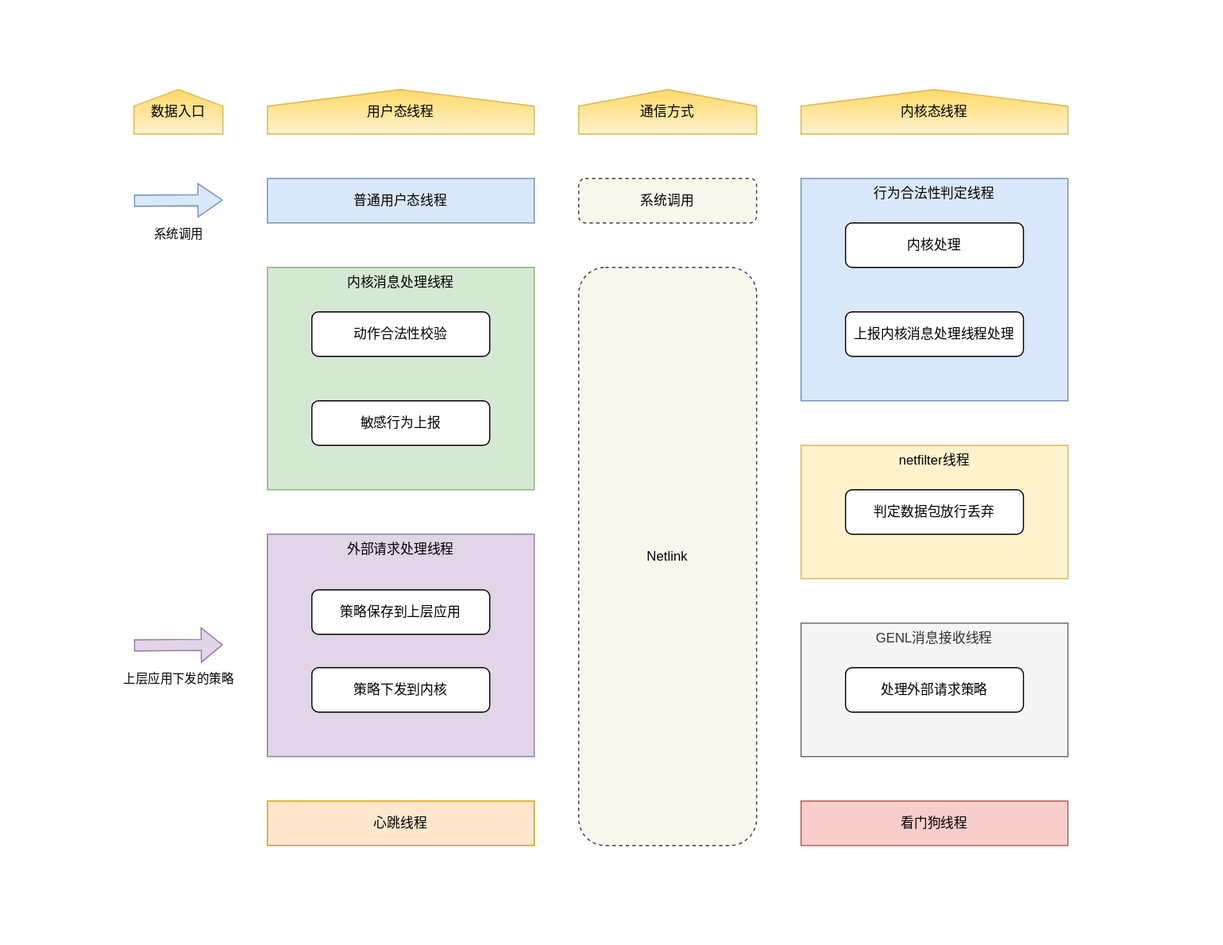
This is docs/images/threads.svg from lanthora/hackernel, a draw.io export, as it was before one commit. Source tidied: cells renumbered, new cells last; positions are measured from the earlier drawing's top-left corner, leaving out a move shared by most shapes.
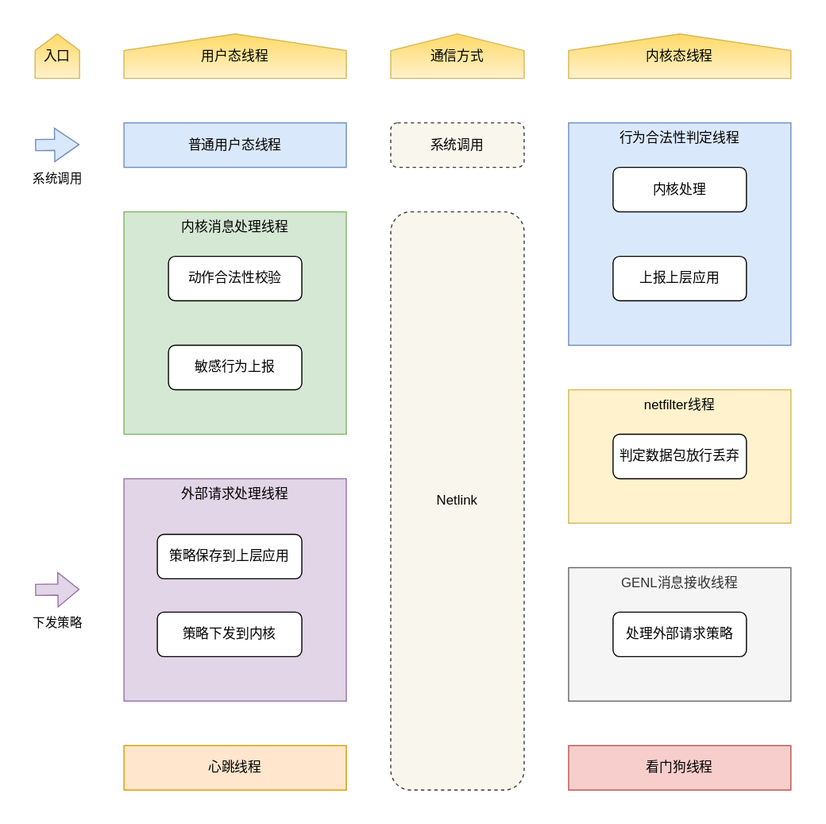
Later version of the same file.

Commit message:
调整图片排版

The edit, as a diff of the source:
```diff
@@ -3,82 +3,82 @@
     <mxCell id="0" />
     <mxCell id="1" parent="0" />
     <mxCell id="2" value="看门狗线程" style="rounded=0;whiteSpace=wrap;html=1;strokeColor=#b85450;fillColor=#f8cecc;" parent="1" vertex="1">
-      <mxGeometry x="600" y="640" width="240" height="40" as="geometry" />
+      <mxGeometry x="560" y="640" width="200" height="40" as="geometry" />
     </mxCell>
     <mxCell id="3" value="心跳线程" style="rounded=0;whiteSpace=wrap;html=1;strokeColor=#d79b00;fillColor=#ffe6cc;" parent="1" vertex="1">
-      <mxGeometry x="120" y="640" width="240" height="40" as="geometry" />
+      <mxGeometry x="160" y="640" width="200" height="40" as="geometry" />
     </mxCell>
     <mxCell id="4" value="&lt;div&gt;普通用户态线程&lt;/div&gt;" style="rounded=0;whiteSpace=wrap;html=1;strokeColor=#6c8ebf;fillColor=#dae8fc;" parent="1" vertex="1">
-      <mxGeometry x="120" y="80" width="240" height="40" as="geometry" />
+      <mxGeometry x="160" y="80" width="200" height="40" as="geometry" />
     </mxCell>
     <mxCell id="5" value="系统调用" style="rounded=1;whiteSpace=wrap;html=1;strokeColor=#36393d;fillColor=#f9f7ed;dashed=1;" parent="1" vertex="1">
-      <mxGeometry x="400" y="80" width="160" height="40" as="geometry" />
+      <mxGeometry x="400" y="80" width="120" height="40" as="geometry" />
     </mxCell>
     <mxCell id="6" value="内核消息处理线程" style="rounded=0;whiteSpace=wrap;html=1;strokeColor=#82b366;fillColor=#d5e8d4;verticalAlign=top;" parent="1" vertex="1">
-      <mxGeometry x="120" y="160" width="240" height="200" as="geometry" />
+      <mxGeometry x="160" y="160" width="200" height="200" as="geometry" />
     </mxCell>
     <mxCell id="7" value="&lt;div&gt;行为合法性判定线程&lt;/div&gt;" style="rounded=0;whiteSpace=wrap;html=1;strokeColor=#6c8ebf;fillColor=#dae8fc;verticalAlign=top;" parent="1" vertex="1">
-      <mxGeometry x="600" y="80" width="240" height="200" as="geometry" />
+      <mxGeometry x="560" y="80" width="200" height="200" as="geometry" />
     </mxCell>
     <mxCell id="8" value="内核处理" style="rounded=1;whiteSpace=wrap;html=1;strokeColor=default;fillColor=default;gradientColor=none;" parent="1" vertex="1">
-      <mxGeometry x="640" y="120" width="160" height="40" as="geometry" />
+      <mxGeometry x="600" y="120" width="120" height="40" as="geometry" />
     </mxCell>
     <mxCell id="9" value="Netlink" style="rounded=1;whiteSpace=wrap;html=1;fillColor=#f9f7ed;strokeColor=#36393d;dashed=1;" parent="1" vertex="1">
-      <mxGeometry x="400" y="160" width="160" height="520" as="geometry" />
+      <mxGeometry x="400" y="160" width="120" height="520" as="geometry" />
     </mxCell>
     <mxCell id="10" value="用户态线程" style="shape=offPageConnector;whiteSpace=wrap;html=1;strokeColor=#d6b656;fillColor=#fff2cc;gradientColor=#ffd966;direction=west;" parent="1" vertex="1">
-      <mxGeometry x="120" width="240" height="40" as="geometry" />
+      <mxGeometry x="160" width="200" height="40" as="geometry" />
     </mxCell>
     <mxCell id="11" value="通信方式" style="shape=offPageConnector;whiteSpace=wrap;html=1;strokeColor=#d6b656;fillColor=#fff2cc;gradientColor=#ffd966;direction=west;" parent="1" vertex="1">
-      <mxGeometry x="400" width="160" height="40" as="geometry" />
+      <mxGeometry x="400" width="120" height="40" as="geometry" />
     </mxCell>
     <mxCell id="12" value="内核态线程" style="shape=offPageConnector;whiteSpace=wrap;html=1;strokeColor=#d6b656;fillColor=#fff2cc;gradientColor=#ffd966;direction=west;" parent="1" vertex="1">
-      <mxGeometry x="600" width="240" height="40" as="geometry" />
+      <mxGeometry x="560" width="200" height="40" as="geometry" />
     </mxCell>
     <mxCell id="13" value="外部请求处理线程" style="rounded=0;whiteSpace=wrap;html=1;strokeColor=#9673a6;fillColor=#e1d5e7;verticalAlign=top;" parent="1" vertex="1">
-      <mxGeometry x="120" y="400" width="240" height="200" as="geometry" />
+      <mxGeometry x="160" y="400" width="200" height="200" as="geometry" />
     </mxCell>
     <mxCell id="14" value="GENL消息接收线程" style="rounded=0;whiteSpace=wrap;html=1;strokeColor=#666666;fillColor=#f5f5f5;verticalAlign=top;fontColor=#333333;" parent="1" vertex="1">
-      <mxGeometry x="600" y="480" width="240" height="120" as="geometry" />
+      <mxGeometry x="560" y="480" width="200" height="120" as="geometry" />
     </mxCell>
     <mxCell id="15" value="处理外部请求策略" style="rounded=1;whiteSpace=wrap;html=1;strokeColor=default;fillColor=default;gradientColor=none;" parent="1" vertex="1">
-      <mxGeometry x="640" y="520" width="160" height="40" as="geometry" />
+      <mxGeometry x="600" y="520" width="120" height="40" as="geometry" />
     </mxCell>
     <mxCell id="16" value="动作合法性校验" style="rounded=1;whiteSpace=wrap;html=1;strokeColor=default;fillColor=default;gradientColor=none;" parent="1" vertex="1">
-      <mxGeometry x="160" y="200" width="160" height="40" as="geometry" />
+      <mxGeometry x="200" y="200" width="120" height="40" as="geometry" />
     </mxCell>
     <mxCell id="17" value="策略保存到上层应用" style="rounded=1;whiteSpace=wrap;html=1;strokeColor=default;fillColor=default;gradientColor=none;" parent="1" vertex="1">
-      <mxGeometry x="160" y="450" width="160" height="40" as="geometry" />
+      <mxGeometry x="190" y="450" width="130" height="40" as="geometry" />
     </mxCell>
     <mxCell id="18" value="策略下发到内核" style="rounded=1;whiteSpace=wrap;html=1;strokeColor=default;fillColor=default;gradientColor=none;" parent="1" vertex="1">
-      <mxGeometry x="160" y="520" width="160" height="40" as="geometry" />
+      <mxGeometry x="190" y="520" width="130" height="40" as="geometry" />
     </mxCell>
     <mxCell id="19" value="系统调用" style="shape=flexArrow;endArrow=classic;html=1;rounded=0;endWidth=19;endSize=6.98;fillColor=#dae8fc;strokeColor=#6c8ebf;" parent="1" edge="1">
       <mxGeometry y="-30" relative="1" as="geometry">
-        <mxPoint y="100" as="sourcePoint" />
-        <mxPoint x="80" y="99.5" as="targetPoint" />
+        <mxPoint x="80" y="100" as="sourcePoint" />
+        <mxPoint x="120" y="99.5" as="targetPoint" />
       </mxGeometry>
     </mxCell>
-    <mxCell id="20" value="&lt;div&gt;上层应用下发的策略&lt;/div&gt;" style="shape=flexArrow;endArrow=classic;html=1;rounded=0;fillColor=#e1d5e7;strokeColor=#9673a6;" parent="1" edge="1">
+    <mxCell id="20" value="&lt;div&gt;下发策略&lt;/div&gt;" style="shape=flexArrow;endArrow=classic;html=1;rounded=0;fillColor=#e1d5e7;strokeColor=#9673a6;" parent="1" edge="1">
       <mxGeometry y="-30" relative="1" as="geometry">
-        <mxPoint y="500" as="sourcePoint" />
-        <mxPoint x="80" y="499.5" as="targetPoint" />
+        <mxPoint x="80" y="500" as="sourcePoint" />
+        <mxPoint x="120" y="499.5" as="targetPoint" />
       </mxGeometry>
     </mxCell>
-    <mxCell id="21" value="数据入口" style="shape=offPageConnector;whiteSpace=wrap;html=1;strokeColor=#d6b656;fillColor=#fff2cc;gradientColor=#ffd966;direction=west;" parent="1" vertex="1">
-      <mxGeometry width="80" height="40" as="geometry" />
+    <mxCell id="21" value="&lt;div&gt;入口&lt;/div&gt;" style="shape=offPageConnector;whiteSpace=wrap;html=1;strokeColor=#d6b656;fillColor=#fff2cc;gradientColor=#ffd966;direction=west;" parent="1" vertex="1">
+      <mxGeometry x="80" width="40" height="40" as="geometry" />
     </mxCell>
     <mxCell id="22" value="敏感行为上报" style="rounded=1;whiteSpace=wrap;html=1;strokeColor=default;fillColor=default;gradientColor=none;" parent="1" vertex="1">
-      <mxGeometry x="160" y="280" width="160" height="40" as="geometry" />
+      <mxGeometry x="200" y="280" width="120" height="40" as="geometry" />
     </mxCell>
-    <mxCell id="23" value="上报内核消息处理线程处理" style="rounded=1;whiteSpace=wrap;html=1;strokeColor=default;fillColor=default;gradientColor=none;" parent="1" vertex="1">
-      <mxGeometry x="640" y="200" width="160" height="40" as="geometry" />
+    <mxCell id="23" value="上报上层应用" style="rounded=1;whiteSpace=wrap;html=1;strokeColor=default;fillColor=default;gradientColor=none;" parent="1" vertex="1">
+      <mxGeometry x="600" y="200" width="120" height="40" as="geometry" />
     </mxCell>
     <mxCell id="24" value="netfilter线程" style="rounded=0;whiteSpace=wrap;html=1;verticalAlign=top;fillColor=#fff2cc;strokeColor=#d6b656;" parent="1" vertex="1">
-      <mxGeometry x="600" y="320" width="240" height="120" as="geometry" />
+      <mxGeometry x="560" y="320" width="200" height="120" as="geometry" />
     </mxCell>
     <mxCell id="25" value="判定数据包放行丢弃" style="rounded=1;whiteSpace=wrap;html=1;strokeColor=default;fillColor=default;gradientColor=none;" parent="1" vertex="1">
-      <mxGeometry x="640" y="360" width="160" height="40" as="geometry" />
+      <mxGeometry x="600" y="360" width="120" height="40" as="geometry" />
     </mxCell>
   </root>
 </mxGraphModel>
```
